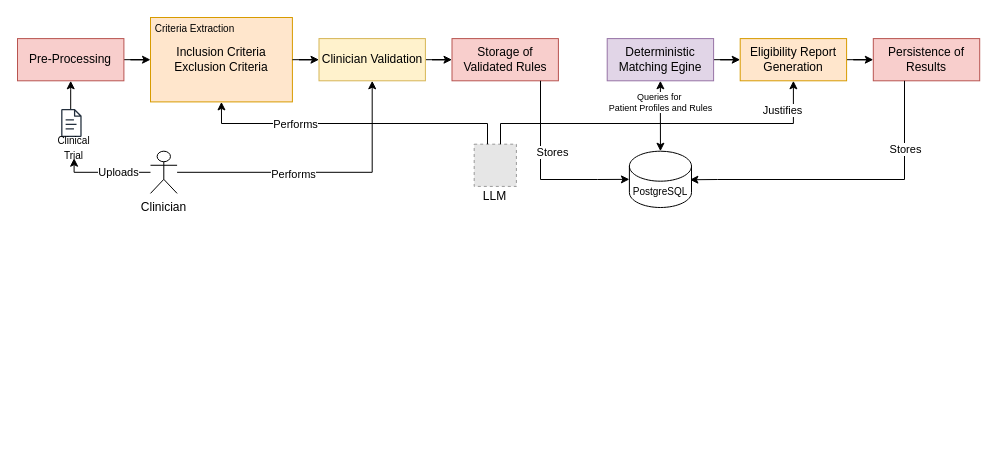
Above: page "Criteria extraction and convertion workflow" (3 of 4) of Flowchart/Flux-doctor_AsIs-ToBe.drawio in McDoritos/Internship---DOCS (draw.io), before the change. Source tidied: cells renumbered, new cells numbered last; positions are measured from the earlier drawing's top-left corner, leaving out a move shared by most shapes. Both pictures are drawn from the tidied source at 100%, with x=0, y=0 at pixel (17, 17). Pictures stored in the file or linked from it are replaced by grey dashed boxes.
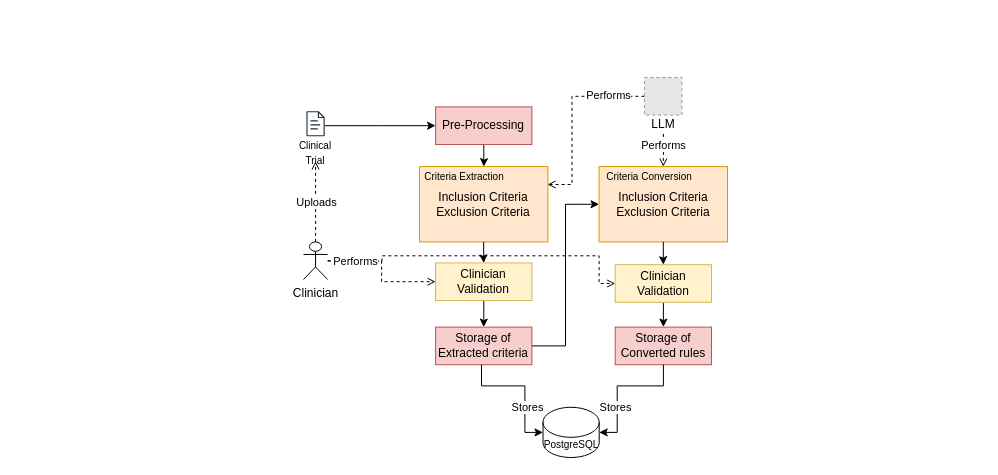
The same page after the edit.

Diff of the diagram source:
```diff
@@
-    <mxCell id="2" style="group;" parent="1" vertex="1">
-      <mxGeometry width="940" height="190" as="geometry" />
-    </mxCell>
+    <mxCell id="40" style="group;" parent="1" vertex="1">
+      <mxGeometry x="274" y="60" width="436" height="380" as="geometry" />
+    </mxCell>
+    <mxCell id="41" style="edgeStyle=orthogonalEdgeStyle;rounded=0;jettySize=auto;html=1;entryX=0.5;entryY=0;entryDx=0;entryDy=0;" parent="40" edge="1" source="12" target="47">
+      <mxGeometry relative="1" as="geometry" />
+    </mxCell>
+    <mxCell id="12" value="Pre-Processing" style="rounded=0;whiteSpace=wrap;html=1;fillColor=#f8cecc;strokeColor=#b85450;" parent="40" vertex="1">
+      <mxGeometry x="144.1" y="29.4" width="96.3" height="37.6" as="geometry" />
+    </mxCell>
+    <mxCell id="42" style="edgeStyle=orthogonalEdgeStyle;rounded=0;jettySize=auto;html=1;entryX=0.5;entryY=0;entryDx=0;entryDy=0;" parent="40" edge="1" source="43" target="45">
+      <mxGeometry relative="1" as="geometry" />
+    </mxCell>
+    <mxCell id="43" value="Clinician Validation" style="rounded=0;whiteSpace=wrap;html=1;fillColor=#fff2cc;strokeColor=#d6b656;" parent="40" vertex="1">
+      <mxGeometry x="144.1" y="185.4" width="96.3" height="37.6" as="geometry" />
+    </mxCell>
+    <mxCell id="44" style="edgeStyle=orthogonalEdgeStyle;rounded=0;jettySize=auto;html=1;entryX=0;entryY=0.5;entryDx=0;entryDy=0;" parent="40" edge="1" source="45" target="49">
+      <mxGeometry relative="1" as="geometry" />
+    </mxCell>
+    <mxCell id="45" value="Storage of Extracted criteria" style="rounded=0;whiteSpace=wrap;html=1;fillColor=#f8cecc;strokeColor=#b85450;" parent="40" vertex="1">
+      <mxGeometry x="144.1" y="249.6" width="96.3" height="37.6" as="geometry" />
+    </mxCell>
+    <mxCell id="46" style="group;" parent="40" vertex="1">
+      <mxGeometry x="128" y="89.1" width="128.4" height="75.3" as="geometry" />
+    </mxCell>
+    <mxCell id="47" value="Inclusion Criteria&lt;div&gt;Exclusion Criteria&lt;/div&gt;" style="rounded=0;whiteSpace=wrap;html=1;fillColor=#ffe6cc;strokeColor=#d79b00;" parent="46" vertex="1">
+      <mxGeometry width="128.4" height="75.3" as="geometry" />
+    </mxCell>
+    <mxCell id="28" value="Criteria Extraction" style="text;html=1;whiteSpace=wrap;strokeColor=none;fillColor=none;align=center;verticalAlign=middle;rounded=0;fontSize=10;" parent="46" vertex="1">
+      <mxGeometry width="90" height="18.8" as="geometry" />
+    </mxCell>
+    <mxCell id="48" style="group;" parent="40" vertex="1">
+      <mxGeometry x="307.6" y="89.1" width="128.4" height="75.3" as="geometry" />
+    </mxCell>
+    <mxCell id="49" value="Inclusion Criteria&lt;div&gt;Exclusion Criteria&lt;/div&gt;" style="rounded=0;whiteSpace=wrap;html=1;fillColor=#ffe6cc;strokeColor=#d79b00;" parent="48" vertex="1">
+      <mxGeometry width="128.4" height="75.3" as="geometry" />
+    </mxCell>
+    <mxCell id="50" value="Criteria Conversion" style="text;html=1;whiteSpace=wrap;strokeColor=none;fillColor=none;align=center;verticalAlign=middle;rounded=0;fontSize=10;" parent="48" vertex="1">
+      <mxGeometry width="100" height="18.8" as="geometry" />
+    </mxCell>
+    <mxCell id="51" style="edgeStyle=orthogonalEdgeStyle;rounded=0;jettySize=auto;html=1;entryX=0.5;entryY=0;entryDx=0;entryDy=0;" parent="40" edge="1" source="52" target="53">
+      <mxGeometry relative="1" as="geometry" />
+    </mxCell>
+    <mxCell id="52" value="Clinician Validation" style="rounded=0;whiteSpace=wrap;html=1;fillColor=#fff2cc;strokeColor=#d6b656;" parent="40" vertex="1">
+      <mxGeometry x="323.7" y="187.2" width="96.3" height="37.6" as="geometry" />
+    </mxCell>
+    <mxCell id="53" value="Storage of Converted rules" style="rounded=0;whiteSpace=wrap;html=1;fillColor=#f8cecc;strokeColor=#b85450;" parent="40" vertex="1">
+      <mxGeometry x="323.7" y="249.6" width="96.3" height="37.6" as="geometry" />
+    </mxCell>
-    <mxCell id="3" style="edgeStyle=orthogonalEdgeStyle;rounded=0;jettySize=auto;html=1;entryX=0.5;entryY=1;entryDx=0;entryDy=0;" parent="2" edge="1" source="7" target="10">
-      <mxGeometry relative="1" as="geometry">
-        <Array as="points">
-          <mxPoint x="57" y="155" />
-        </Array>
-      </mxGeometry>
+    <mxCell id="3" style="edgeStyle=orthogonalEdgeStyle;rounded=0;jettySize=auto;html=1;entryX=0.5;entryY=1;entryDx=0;entryDy=0;dashed=1;endArrow=open;endFill=0;" parent="40" edge="1" source="7" target="10">
+      <mxGeometry relative="1" as="geometry" />
     </mxCell>
+    <mxCell id="54" style="edgeStyle=orthogonalEdgeStyle;rounded=0;jettySize=auto;html=1;entryX=0;entryY=0.5;entryDx=0;entryDy=0;dashed=1;endArrow=open;endFill=0;" parent="40" edge="1" source="7" target="43">
+      <mxGeometry relative="1" as="geometry" />
+    </mxCell>
+    <mxCell id="55" style="edgeStyle=orthogonalEdgeStyle;rounded=0;jettySize=auto;html=1;entryX=0;entryY=0.5;entryDx=0;entryDy=0;dashed=1;endArrow=open;endFill=0;" parent="40" edge="1" target="52">
+      <mxGeometry relative="1" as="geometry">
+        <mxPoint x="36.2" y="183.6" as="sourcePoint" />
+        <Array as="points">
+          <mxPoint x="90.5" y="183.6" />
+          <mxPoint x="90.5" y="178.3" />
+          <mxPoint x="307.6" y="178.3" />
+          <mxPoint x="307.6" y="205.9" />
+        </Array>
+      </mxGeometry>
+    </mxCell>
+    <mxCell id="7" value="Clinician" style="shape=umlActor;verticalLabelPosition=bottom;verticalAlign=top;html=1;outlineConnect=0;" parent="40" vertex="1">
+      <mxGeometry x="12" y="164.4" width="24.1" height="37.6" as="geometry" />
+    </mxCell>
+    <mxCell id="56" style="group;" parent="40" vertex="1">
+      <mxGeometry y="40" width="48.1" height="43.9" as="geometry" />
+    </mxCell>
+    <mxCell id="57" style="sketch=0;outlineConnect=0;fontColor=#232F3E;gradientColor=none;fillColor=#232F3D;strokeColor=none;dashed=0;verticalLabelPosition=bottom;verticalAlign=top;align=center;html=1;fontSize=12;fontStyle=0;shape=mxgraph.aws4.document;" parent="56" vertex="1">
+      <mxGeometry x="14.9" y="-6.3" width="18.3" height="25.1" as="geometry" />
+    </mxCell>
+    <mxCell id="10" value="&lt;font style=&quot;font-size: 10px;&quot;&gt;Clinical Trial&lt;/font&gt;" style="text;html=1;whiteSpace=wrap;strokeColor=none;fillColor=none;align=center;verticalAlign=middle;rounded=0;" parent="56" vertex="1">
+      <mxGeometry y="25.1" width="48.1" height="18.8" as="geometry" />
+    </mxCell>
-    <mxCell id="4" value="Uploads" style="edgeLabel;html=1;align=center;verticalAlign=middle;" parent="3" vertex="1">
-      <mxGeometry x="0.09" relative="1" as="geometry">
-        <mxPoint x="16" as="offset" />
-      </mxGeometry>
+    <mxCell id="4" value="Uploads" style="edgeLabel;html=1;align=center;verticalAlign=middle;" parent="40" vertex="1">
+      <mxGeometry x="24.1" y="124.8" as="geometry" />
     </mxCell>
-    <mxCell id="5" style="edgeStyle=orthogonalEdgeStyle;rounded=0;jettySize=auto;html=1;entryX=0.5;entryY=1;entryDx=0;entryDy=0;" parent="2" edge="1" source="7" target="15">
-      <mxGeometry relative="1" as="geometry" />
-    </mxCell>
-    <mxCell id="6" value="Performs" style="edgeLabel;html=1;align=center;verticalAlign=middle;" parent="5" vertex="1">
-      <mxGeometry x="-0.19" y="-2" relative="1" as="geometry" />
-    </mxCell>
-    <mxCell id="7" value="Clinician" style="shape=umlActor;verticalLabelPosition=bottom;verticalAlign=top;html=1;outlineConnect=0;" parent="2" vertex="1">
-      <mxGeometry x="133" y="133.7" width="26.6" height="42.2" as="geometry" />
-    </mxCell>
-    <mxCell id="8" style="group;" parent="2" vertex="1">
-      <mxGeometry x="30" y="91.5" width="53.2" height="49.3" as="geometry" />
-    </mxCell>
-    <mxCell id="9" style="sketch=0;outlineConnect=0;fontColor=#232F3E;gradientColor=none;fillColor=#232F3D;strokeColor=none;dashed=0;verticalLabelPosition=bottom;verticalAlign=top;align=center;html=1;fontSize=12;fontStyle=0;shape=mxgraph.aws4.document;" parent="8" vertex="1">
-      <mxGeometry x="13.6" width="20.6" height="28.1" as="geometry" />
-    </mxCell>
-    <mxCell id="10" value="&lt;font style=&quot;font-size: 10px;&quot;&gt;Clinical Trial&lt;/font&gt;" style="text;html=1;whiteSpace=wrap;strokeColor=none;fillColor=none;align=center;verticalAlign=middle;rounded=0;" parent="8" vertex="1">
-      <mxGeometry y="28.1" width="53.2" height="21.1" as="geometry" />
-    </mxCell>
-    <mxCell id="11" style="edgeStyle=orthogonalEdgeStyle;rounded=0;jettySize=auto;html=1;entryX=0;entryY=0.5;entryDx=0;entryDy=0;" parent="2" edge="1" source="12" target="27">
-      <mxGeometry relative="1" as="geometry" />
-    </mxCell>
-    <mxCell id="12" value="Pre-Processing" style="rounded=0;whiteSpace=wrap;html=1;fillColor=#f8cecc;strokeColor=#b85450;" parent="2" vertex="1">
-      <mxGeometry y="21.1" width="106.4" height="42.2" as="geometry" />
-    </mxCell>
-    <mxCell id="13" style="edgeStyle=orthogonalEdgeStyle;rounded=0;jettySize=auto;html=1;entryX=0.5;entryY=1;entryDx=0;entryDy=0;" parent="2" edge="1" source="9" target="12">
-      <mxGeometry relative="1" as="geometry">
-        <Array as="points">
-          <mxPoint x="53" y="72" />
-        </Array>
-      </mxGeometry>
-    </mxCell>
-    <mxCell id="14" style="edgeStyle=orthogonalEdgeStyle;rounded=0;jettySize=auto;html=1;entryX=0;entryY=0.5;entryDx=0;entryDy=0;" parent="2" edge="1" source="15" target="16">
-      <mxGeometry relative="1" as="geometry" />
-    </mxCell>
-    <mxCell id="15" value="Clinician Validation" style="rounded=0;whiteSpace=wrap;html=1;fillColor=#fff2cc;strokeColor=#d6b656;" parent="2" vertex="1">
-      <mxGeometry x="301.5" y="21.1" width="106.4" height="42.2" as="geometry" />
-    </mxCell>
-    <mxCell id="16" value="Storage of Validated Rules" style="rounded=0;whiteSpace=wrap;html=1;fillColor=#f8cecc;strokeColor=#b85450;" parent="2" vertex="1">
-      <mxGeometry x="434.5" y="21.1" width="106.4" height="42.2" as="geometry" />
-    </mxCell>
+    <mxCell id="58" value="Performs" style="edgeLabel;html=1;align=center;verticalAlign=middle;" parent="40" vertex="1">
+      <mxGeometry x="63.3" y="183.2" as="geometry" />
+    </mxCell>
+    <mxCell id="59" style="edgeStyle=orthogonalEdgeStyle;rounded=0;jettySize=auto;html=1;entryX=0;entryY=0.5;entryDx=0;entryDy=0;" parent="40" edge="1" source="57" target="12">
+      <mxGeometry relative="1" as="geometry">
+        <Array as="points">
+          <mxPoint x="86" y="48" />
+        </Array>
+      </mxGeometry>
+    </mxCell>
+    <mxCell id="60" style="edgeStyle=orthogonalEdgeStyle;rounded=0;jettySize=auto;html=1;entryX=0.5;entryY=0;entryDx=0;entryDy=0;" parent="40" edge="1" source="47" target="43">
+      <mxGeometry relative="1" as="geometry" />
+    </mxCell>
+    <mxCell id="61" style="group;" parent="40" vertex="1">
+      <mxGeometry x="352.9" width="48.1" height="56.5" as="geometry" />
+    </mxCell>
+    <mxCell id="19" value="LLM" style="text;html=1;whiteSpace=wrap;strokeColor=none;fillColor=none;align=center;verticalAlign=middle;rounded=0;" parent="61" vertex="1">
+      <mxGeometry x="-5" y="37.6" width="48.1" height="18.8" as="geometry" />
+    </mxCell>
+    <mxCell id="62" style="fillColor=#E6E6E6;strokeColor=#999999;dashed=1;verticalLabelPosition=bottom;labelBackgroundColor=default;verticalAlign=top;" parent="61" vertex="1">
+      <mxGeometry width="37.6" height="37.6" as="geometry" />
+    </mxCell>
+    <mxCell id="63" style="edgeStyle=orthogonalEdgeStyle;rounded=0;jettySize=auto;html=1;dashed=1;endArrow=open;endFill=0;" parent="40" edge="1" source="19" target="49">
+      <mxGeometry relative="1" as="geometry" />
+    </mxCell>
+    <mxCell id="64" style="edgeStyle=orthogonalEdgeStyle;rounded=0;jettySize=auto;html=1;dashed=1;endArrow=open;endFill=0;" parent="40" edge="1" source="62">
+      <mxGeometry relative="1" as="geometry">
+        <mxPoint x="256.1" y="107" as="targetPoint" />
+        <Array as="points">
+          <mxPoint x="280.5" y="18.7" />
+          <mxPoint x="280.5" y="107" />
+          <mxPoint x="256.1" y="107" />
+        </Array>
+      </mxGeometry>
+    </mxCell>
+    <mxCell id="65" value="Performs" style="edgeLabel;html=1;align=center;verticalAlign=middle;" parent="40" vertex="1">
+      <mxGeometry x="316.6" y="17.8" as="geometry" />
+    </mxCell>
+    <mxCell id="66" value="Performs" style="edgeLabel;html=1;align=center;verticalAlign=middle;" parent="40" vertex="1">
+      <mxGeometry x="371.8" y="67" as="geometry" />
+    </mxCell>
-    <mxCell id="17" value="&lt;font style=&quot;font-size: 10px;&quot;&gt;PostgreSQL&lt;/font&gt;" style="shape=cylinder3;whiteSpace=wrap;html=1;boundedLbl=1;backgroundOutline=1;size=15;" parent="2" vertex="1">
-      <mxGeometry x="611.9" y="133.7" width="62.1" height="56.3" as="geometry" />
+    <mxCell id="17" value="&lt;font style=&quot;font-size: 10px;&quot;&gt;PostgreSQL&lt;/font&gt;" style="shape=cylinder3;whiteSpace=wrap;html=1;boundedLbl=1;backgroundOutline=1;size=15;" parent="40" vertex="1">
+      <mxGeometry x="251.5" y="329.8" width="56.2" height="50.2" as="geometry" />
     </mxCell>
-    <mxCell id="18" style="group;" parent="2" vertex="1">
-      <mxGeometry x="456.7" y="126.7" width="53.2" height="63.3" as="geometry" />
-    </mxCell>
-    <mxCell id="19" value="LLM" style="text;html=1;whiteSpace=wrap;strokeColor=none;fillColor=none;align=center;verticalAlign=middle;rounded=0;" parent="18" vertex="1">
-      <mxGeometry x="-5.5" y="42.2" width="53.2" height="21.1" as="geometry" />
-    </mxCell>
-    <mxCell id="20" style="fillColor=#E6E6E6;strokeColor=#999999;dashed=1;verticalLabelPosition=bottom;labelBackgroundColor=default;verticalAlign=top;" parent="18" vertex="1">
-      <mxGeometry width="42.2" height="42.2" as="geometry" />
-    </mxCell>
-    <mxCell id="21" style="edgeStyle=orthogonalEdgeStyle;rounded=0;jettySize=auto;html=1;entryX=0;entryY=0.5;entryDx=0;entryDy=0;" parent="2" edge="1" source="22" target="24">
-      <mxGeometry relative="1" as="geometry" />
-    </mxCell>
-    <mxCell id="22" value="Deterministic Matching Egine" style="rounded=0;whiteSpace=wrap;html=1;fillColor=#e1d5e7;strokeColor=#9673a6;" parent="2" vertex="1">
-      <mxGeometry x="589.7" y="21.1" width="106.4" height="42.2" as="geometry" />
-    </mxCell>
-    <mxCell id="23" style="edgeStyle=orthogonalEdgeStyle;rounded=0;jettySize=auto;html=1;entryX=0;entryY=0.5;entryDx=0;entryDy=0;" parent="2" edge="1" source="24" target="25">
-      <mxGeometry relative="1" as="geometry" />
-    </mxCell>
-    <mxCell id="24" value="Eligibility Report Generation" style="rounded=0;whiteSpace=wrap;html=1;fillColor=#ffe6cc;strokeColor=#d79b00;" parent="2" vertex="1">
-      <mxGeometry x="722.7" y="21.1" width="106.4" height="42.2" as="geometry" />
-    </mxCell>
-    <mxCell id="25" value="Persistence of Results" style="rounded=0;whiteSpace=wrap;html=1;fillColor=#f8cecc;strokeColor=#b85450;" parent="2" vertex="1">
-      <mxGeometry x="855.8" y="21.1" width="106.4" height="42.2" as="geometry" />
-    </mxCell>
-    <mxCell id="26" style="group;" parent="2" vertex="1">
-      <mxGeometry x="133" width="141.9" height="84.4" as="geometry" />
-    </mxCell>
-    <mxCell id="27" value="Inclusion Criteria&lt;div&gt;Exclusion Criteria&lt;/div&gt;" style="rounded=0;whiteSpace=wrap;html=1;fillColor=#ffe6cc;strokeColor=#d79b00;" parent="26" vertex="1">
-      <mxGeometry width="141.9" height="84.4" as="geometry" />
-    </mxCell>
-    <mxCell id="28" value="Criteria Extraction" style="text;html=1;whiteSpace=wrap;strokeColor=none;fillColor=none;align=center;verticalAlign=middle;rounded=0;fontSize=10;" parent="26" vertex="1">
-      <mxGeometry width="88.7" height="21.1" as="geometry" />
-    </mxCell>
-    <mxCell id="29" style="edgeStyle=orthogonalEdgeStyle;rounded=0;jettySize=auto;html=1;entryX=0.5;entryY=1;entryDx=0;entryDy=0;" parent="2" edge="1" source="20" target="24">
-      <mxGeometry relative="1" as="geometry">
-        <Array as="points">
-          <mxPoint x="483" y="106" />
-          <mxPoint x="776" y="106" />
-        </Array>
-      </mxGeometry>
-    </mxCell>
-    <mxCell id="30" value="Justifies" style="edgeLabel;html=1;align=center;verticalAlign=middle;" parent="29" vertex="1">
-      <mxGeometry x="-0.08" y="2" relative="1" as="geometry">
-        <mxPoint x="138" y="-12" as="offset" />
-      </mxGeometry>
-    </mxCell>
-    <mxCell id="31" style="edgeStyle=orthogonalEdgeStyle;rounded=0;jettySize=auto;html=1;entryX=0.5;entryY=1;entryDx=0;entryDy=0;" parent="2" edge="1" source="20" target="27">
-      <mxGeometry relative="1" as="geometry">
-        <Array as="points">
-          <mxPoint x="470" y="106" />
-          <mxPoint x="204" y="106" />
-        </Array>
-      </mxGeometry>
-    </mxCell>
-    <mxCell id="32" value="Performs" style="edgeLabel;html=1;align=center;verticalAlign=middle;" parent="31" vertex="1">
-      <mxGeometry x="-0.35" relative="1" as="geometry">
-        <mxPoint x="-113" as="offset" />
-      </mxGeometry>
-    </mxCell>
-    <mxCell id="33" style="edgeStyle=orthogonalEdgeStyle;rounded=0;jettySize=auto;html=1;entryX=0;entryY=0.5;entryDx=0;entryDy=0;entryPerimeter=0;" parent="2" edge="1" source="16" target="17">
-      <mxGeometry relative="1" as="geometry">
-        <Array as="points">
-          <mxPoint x="523" y="162" />
-          <mxPoint x="580" y="162" />
-        </Array>
-      </mxGeometry>
-    </mxCell>
-    <mxCell id="34" value="Stores" style="edgeLabel;html=1;align=center;verticalAlign=middle;" parent="33" vertex="1">
-      <mxGeometry x="0.31" y="2" relative="1" as="geometry">
-        <mxPoint x="-13" y="-26" as="offset" />
-      </mxGeometry>
-    </mxCell>
-    <mxCell id="35" style="edgeStyle=orthogonalEdgeStyle;rounded=0;jettySize=auto;html=1;entryX=0.5;entryY=0;entryDx=0;entryDy=0;entryPerimeter=0;startArrow=classic;startFill=1;" parent="2" edge="1" source="22" target="17">
-      <mxGeometry relative="1" as="geometry" />
-    </mxCell>
-    <mxCell id="36" value="Queries for&amp;nbsp;&lt;div&gt;Patient Profiles and Rules&lt;/div&gt;" style="edgeLabel;html=1;align=center;verticalAlign=middle;fontSize=9;" parent="35" vertex="1">
-      <mxGeometry x="-0.3" y="2" relative="1" as="geometry">
-        <mxPoint x="-2" y="-4" as="offset" />
-      </mxGeometry>
-    </mxCell>
-    <mxCell id="37" style="edgeStyle=orthogonalEdgeStyle;rounded=0;jettySize=auto;html=1;entryX=0.974;entryY=0.507;entryDx=0;entryDy=0;entryPerimeter=0;" parent="2" edge="1" source="25" target="17">
-      <mxGeometry relative="1" as="geometry">
-        <Array as="points">
-          <mxPoint x="887" y="162" />
-          <mxPoint x="700" y="162" />
-        </Array>
-      </mxGeometry>
-    </mxCell>
-    <mxCell id="38" value="Stores" style="edgeLabel;html=1;align=center;verticalAlign=middle;" parent="37" vertex="1">
-      <mxGeometry x="-0.79" y="-2" relative="1" as="geometry">
-        <mxPoint x="2" y="35" as="offset" />
-      </mxGeometry>
-    </mxCell>
-    <mxCell id="39" style="edgeStyle=orthogonalEdgeStyle;rounded=0;jettySize=auto;html=1;entryX=0;entryY=0.5;entryDx=0;entryDy=0;" parent="2" edge="1" source="27" target="15">
-      <mxGeometry relative="1" as="geometry" />
-    </mxCell>
+    <mxCell id="67" style="edgeStyle=orthogonalEdgeStyle;rounded=0;jettySize=auto;html=1;entryX=0;entryY=0.5;entryDx=0;entryDy=0;entryPerimeter=0;" parent="40" edge="1" source="45" target="17">
+      <mxGeometry relative="1" as="geometry">
+        <Array as="points">
+          <mxPoint x="190" y="308.4" />
+          <mxPoint x="233.4" y="308.4" />
+          <mxPoint x="233.4" y="354.8" />
+        </Array>
+      </mxGeometry>
+    </mxCell>
+    <mxCell id="68" style="edgeStyle=orthogonalEdgeStyle;rounded=0;jettySize=auto;html=1;entryX=1;entryY=0.5;entryDx=0;entryDy=0;entryPerimeter=0;" parent="40" edge="1" source="53" target="17">
+      <mxGeometry relative="1" as="geometry">
+        <Array as="points">
+          <mxPoint x="371.9" y="308.4" />
+          <mxPoint x="325.7" y="308.4" />
+          <mxPoint x="325.7" y="354.8" />
+        </Array>
+      </mxGeometry>
+    </mxCell>
+    <mxCell id="69" value="Stores" style="edgeLabel;html=1;align=center;verticalAlign=middle;" parent="40" vertex="1">
+      <mxGeometry x="323.7" y="329.8" as="geometry" />
+    </mxCell>
+    <mxCell id="70" value="Stores" style="edgeLabel;html=1;align=center;verticalAlign=middle;" parent="40" vertex="1">
+      <mxGeometry x="235.2" y="329.8" as="geometry" />
+    </mxCell>
+    <mxCell id="71" style="edgeStyle=orthogonalEdgeStyle;rounded=0;jettySize=auto;html=1;" parent="40" edge="1" source="49" target="52">
+      <mxGeometry relative="1" as="geometry" />
+    </mxCell>
```
